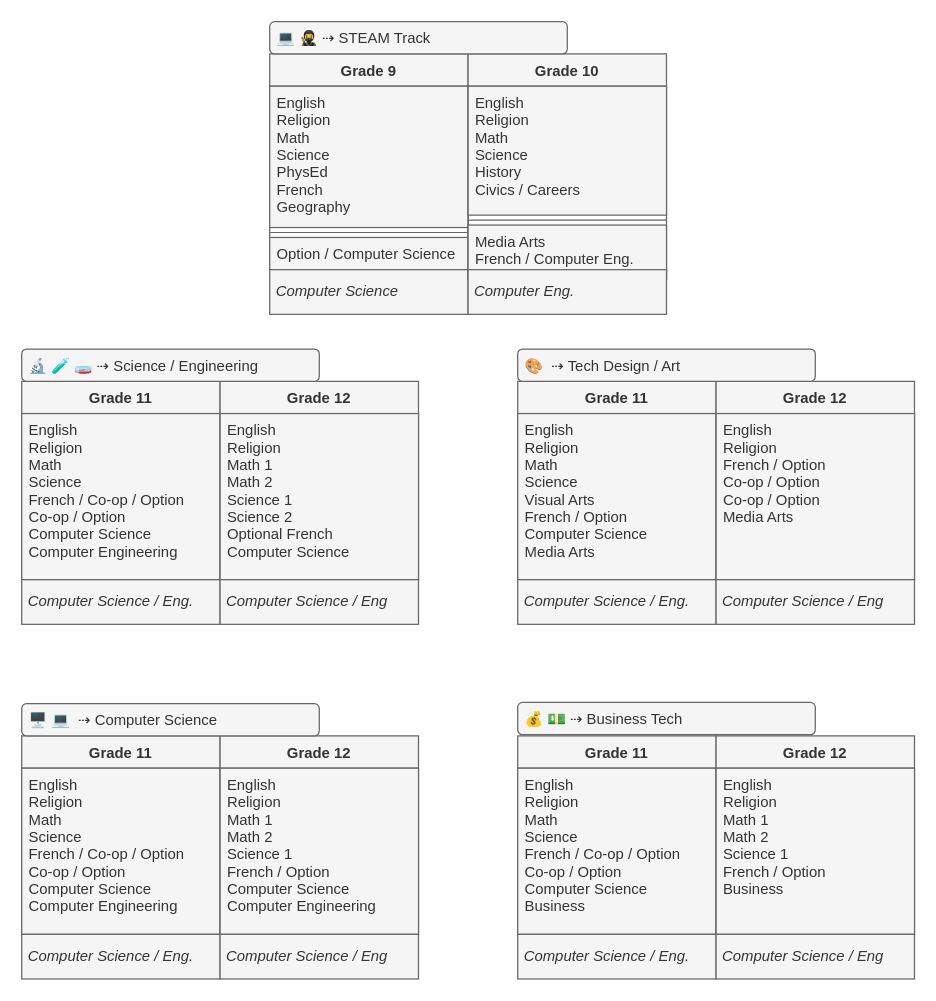
Earlier version of the draw.io diagram STEAM.drawio (Mr-Coxall/STEAM). Source tidied: cells renumbered, new cells numbered last; positions are measured from the earlier drawing's top-left corner, leaving out a move shared by most shapes. Both pictures are drawn from the tidied source at 124%, with x=0, y=0 at pixel (21, 21).
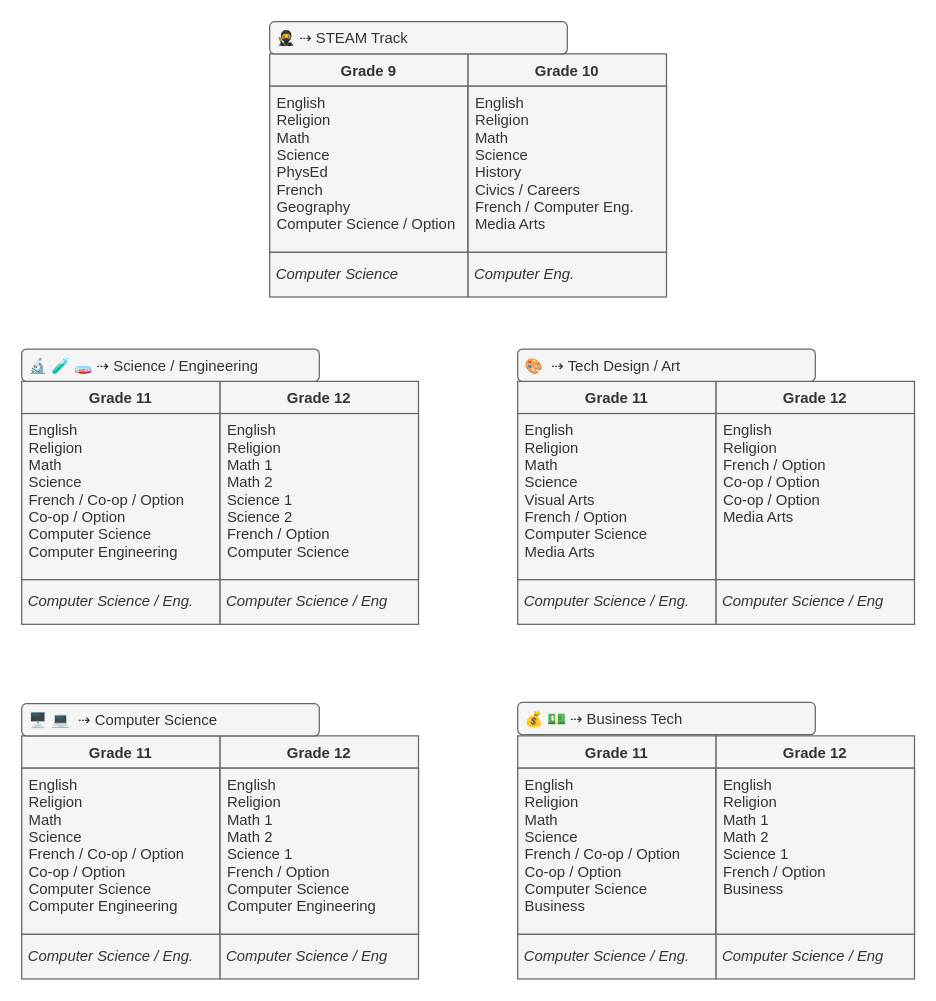
After the change.

The change refers to these unchanged cells:
```xml
<mxCell id="8" value="Grade 12" style="swimlane;fontStyle=1;align=center;verticalAlign=top;horizontal=1;startSize=26;fillColor=#f5f5f5;fontColor=#333333;strokeColor=#666666;" parent="1" vertex="1">
  <mxGeometry x="160" y="290" width="160" height="160" as="geometry" />
</mxCell>
```

Change to the diagram source:
```diff
@@
     <mxCell id="2" value="Grade 9" style="swimlane;fontStyle=1;align=center;verticalAlign=top;horizontal=1;startSize=26;fillColor=#f5f5f5;fontColor=#333333;strokeColor=#666666;" parent="1" vertex="1">
-      <mxGeometry x="200" y="26" width="160" height="174" as="geometry" />
+      <mxGeometry x="200" y="26" width="160" height="160" as="geometry" />
     </mxCell>
-    <mxCell id="3" value="English&#10;Religion&#10;Math&#10;Science&#10;PhysEd&#10;French&#10;Geography" style="text;strokeColor=#666666;fillColor=#f5f5f5;align=left;verticalAlign=top;spacingLeft=4;spacingRight=4;overflow=hidden;fontColor=#333333;" parent="2" vertex="1">
-      <mxGeometry y="26" width="160" height="114" as="geometry" />
+    <mxCell id="3" value="English&#10;Religion&#10;Math&#10;Science&#10;PhysEd&#10;French&#10;Geography&#10;Computer Science / Option" style="text;strokeColor=#666666;fillColor=#f5f5f5;align=left;verticalAlign=top;spacingLeft=4;spacingRight=4;overflow=hidden;fontColor=#333333;" parent="2" vertex="1">
+      <mxGeometry y="26" width="160" height="134" as="geometry" />
     </mxCell>
-    <mxCell id="4" style="line;strokeWidth=1;fillColor=#f5f5f5;align=left;verticalAlign=middle;spacingTop=-1;spacingLeft=3;spacingRight=3;labelPosition=right;fontColor=#333333;strokeColor=#666666;" parent="2" vertex="1">
-      <mxGeometry y="140" width="160" height="8" as="geometry" />
-    </mxCell>
-    <mxCell id="5" value="Option / Computer Science" style="text;strokeColor=#666666;fillColor=#f5f5f5;align=left;verticalAlign=top;spacingLeft=4;spacingRight=4;overflow=hidden;fontColor=#333333;" parent="2" vertex="1">
-      <mxGeometry y="148" width="160" height="26" as="geometry" />
-    </mxCell>
@@
-    <mxCell id="9" value="English&#10;Religion&#10;Math 1&#10;Math 2&#10;Science 1&#10;Science 2&#10;Optional French&#10;Computer Science" style="text;fillColor=#f5f5f5;align=left;verticalAlign=top;spacingLeft=4;spacingRight=4;overflow=hidden;fontColor=#333333;strokeColor=#666666;" parent="8" vertex="1">
+    <mxCell id="9" value="English&#10;Religion&#10;Math 1&#10;Math 2&#10;Science 1&#10;Science 2&#10;French / Option&#10;Computer Science" style="text;fillColor=#f5f5f5;align=left;verticalAlign=top;spacingLeft=4;spacingRight=4;overflow=hidden;fontColor=#333333;strokeColor=#666666;" parent="8" vertex="1">
       <mxGeometry y="26" width="160" height="134" as="geometry" />
     </mxCell>
     <mxCell id="10" value="&lt;i&gt;&amp;nbsp;Computer Science&lt;/i&gt;" style="html=1;align=left;fillColor=#f5f5f5;fontColor=#333333;strokeColor=#666666;" parent="1" vertex="1">
-      <mxGeometry x="200" y="200" width="160" height="36" as="geometry" />
+      <mxGeometry x="200" y="186" width="160" height="36" as="geometry" />
     </mxCell>
@@
     <mxCell id="32" value="Grade 10" style="swimlane;fontStyle=1;align=center;verticalAlign=top;horizontal=1;startSize=26;fillColor=#f5f5f5;fontColor=#333333;strokeColor=#666666;" parent="1" vertex="1">
-      <mxGeometry x="360" y="26" width="160" height="182" as="geometry" />
+      <mxGeometry x="360" y="26" width="160" height="160" as="geometry" />
     </mxCell>
-    <mxCell id="33" value="English&#10;Religion&#10;Math&#10;Science&#10;History&#10;Civics / Careers" style="text;strokeColor=#666666;fillColor=#f5f5f5;align=left;verticalAlign=top;spacingLeft=4;spacingRight=4;overflow=hidden;fontColor=#333333;" parent="32" vertex="1">
-      <mxGeometry y="26" width="160" height="104" as="geometry" />
+    <mxCell id="33" value="English&#10;Religion&#10;Math&#10;Science&#10;History&#10;Civics / Careers&#10;French / Computer Eng.&#10;Media Arts" style="text;strokeColor=#666666;fillColor=#f5f5f5;align=left;verticalAlign=top;spacingLeft=4;spacingRight=4;overflow=hidden;fontColor=#333333;" parent="32" vertex="1">
+      <mxGeometry y="26" width="160" height="134" as="geometry" />
     </mxCell>
-    <mxCell id="34" style="line;strokeWidth=1;fillColor=#f5f5f5;align=left;verticalAlign=middle;spacingTop=-1;spacingLeft=3;spacingRight=3;labelPosition=right;fontColor=#333333;strokeColor=#666666;" parent="32" vertex="1">
-      <mxGeometry y="130" width="160" height="8" as="geometry" />
-    </mxCell>
-    <mxCell id="35" value="Media Arts&#10;French / Computer Eng." style="text;strokeColor=#666666;fillColor=#f5f5f5;align=left;verticalAlign=top;spacingLeft=4;spacingRight=4;overflow=hidden;fontColor=#333333;" parent="32" vertex="1">
-      <mxGeometry y="138" width="160" height="44" as="geometry" />
-    </mxCell>
     <mxCell id="36" value="&lt;i&gt;&amp;nbsp;Computer Eng.&lt;/i&gt;" style="html=1;align=left;fillColor=#f5f5f5;fontColor=#333333;strokeColor=#666666;" parent="1" vertex="1">
-      <mxGeometry x="360" y="200" width="160" height="36" as="geometry" />
+      <mxGeometry x="360" y="186" width="160" height="36" as="geometry" />
     </mxCell>
-    <mxCell id="37" value="💻 🥷 ⇢ STEAM Track" style="text;strokeColor=#666666;fillColor=#f5f5f5;align=left;verticalAlign=top;spacingLeft=4;spacingRight=4;overflow=hidden;fontColor=#333333;rounded=1;" parent="1" vertex="1">
+    <mxCell id="37" value="🥷 ⇢ STEAM Track" style="text;strokeColor=#666666;fillColor=#f5f5f5;align=left;verticalAlign=top;spacingLeft=4;spacingRight=4;overflow=hidden;fontColor=#333333;rounded=1;" parent="1" vertex="1">
       <mxGeometry x="200" width="240" height="26" as="geometry" />
     </mxCell>
```
